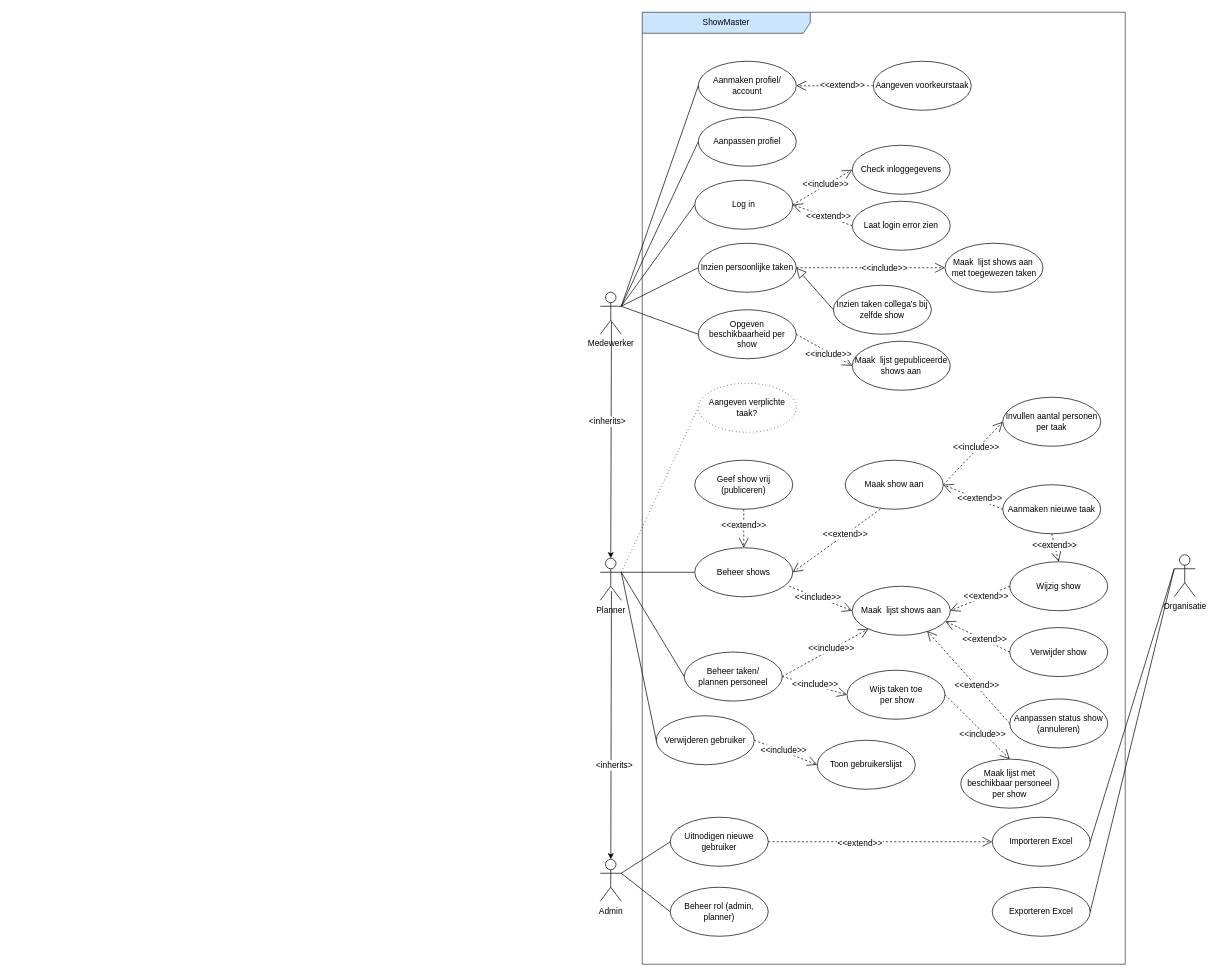
The draw.io diagram Use case diagram/ShowMaster.drawio in PDijkema/ShowMaster, before the edit. Source tidied: cells renumbered, new cells numbered last; positions are measured from the earlier drawing's top-left corner, leaving out a move shared by most shapes. Both pictures are drawn from the tidied source at 70%, with x=0, y=0 at pixel (12, 12).
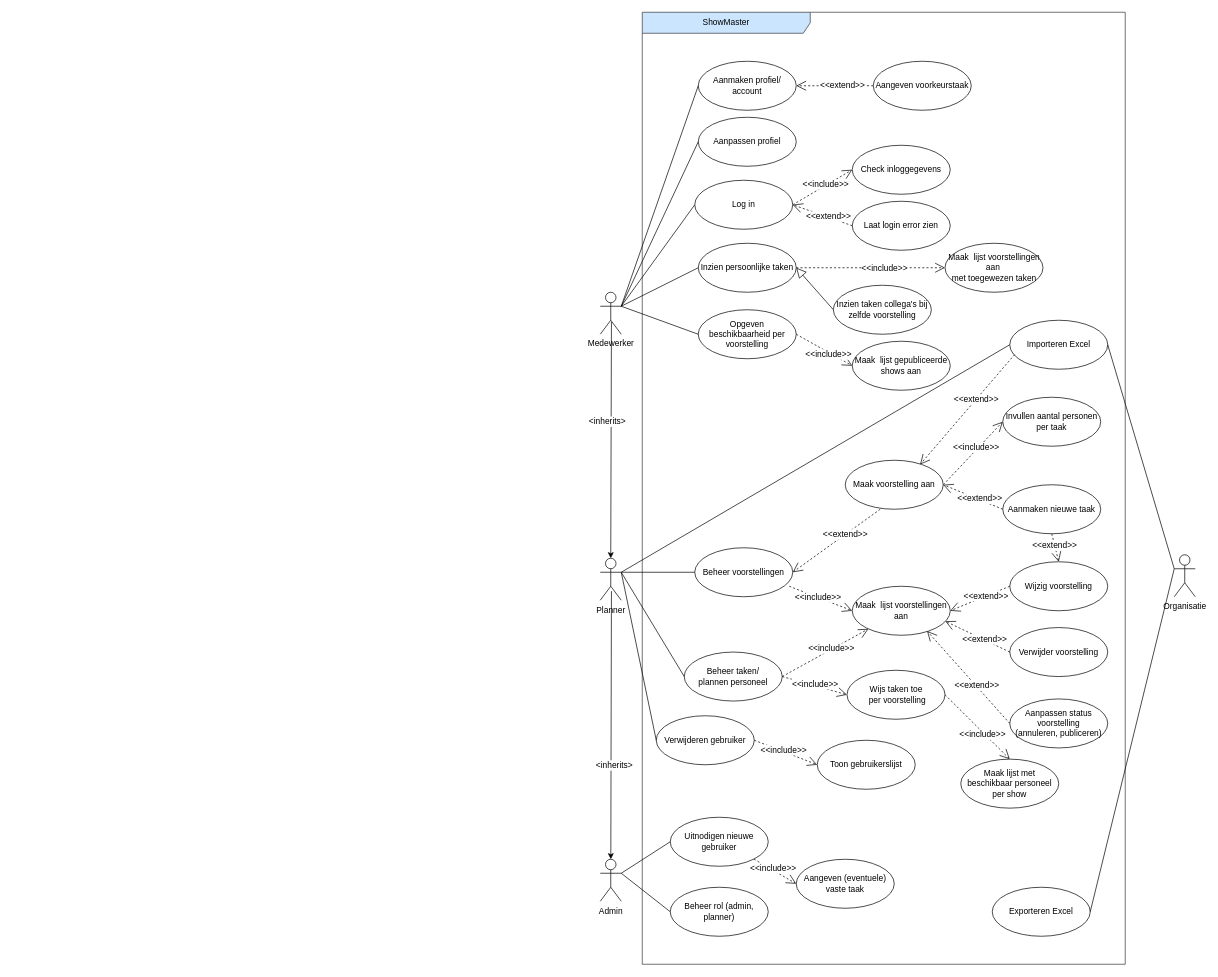
Above is the later version.

Commit message:
use case diagram aangepast

The change refers to these unchanged cells:
```xml
<mxCell id="4" value="Planner&lt;br&gt;" style="shape=umlActor;verticalLabelPosition=bottom;labelBackgroundColor=#ffffff;verticalAlign=top;html=1;shadow=0;comic=0;" parent="1" vertex="1">
  <mxGeometry x="840" y="780" width="30" height="60" as="geometry" />
</mxCell>
<mxCell id="45" value="Uitnodigen nieuwe gebruiker" style="ellipse;whiteSpace=wrap;html=1;shadow=0;comic=0;" parent="1" vertex="1">
  <mxGeometry x="940" y="1150" width="140" height="70" as="geometry" />
</mxCell>
```

Diff of the diagram source:
```diff
@@
-    <mxCell id="6" value="Opgeven beschikbaarheid per show" style="ellipse;whiteSpace=wrap;html=1;shadow=0;comic=0;" parent="1" vertex="1">
+    <mxCell id="6" value="Opgeven beschikbaarheid per voorstelling" style="ellipse;whiteSpace=wrap;html=1;shadow=0;comic=0;" parent="1" vertex="1">
       <mxGeometry x="980" y="425" width="140" height="70" as="geometry" />
     </mxCell>
@@
-    <mxCell id="22" value="Inzien taken collega's bij zelfde show" style="ellipse;whiteSpace=wrap;html=1;shadow=0;comic=0;" parent="1" vertex="1">
+    <mxCell id="22" value="Inzien taken collega's bij zelfde voorstelling" style="ellipse;whiteSpace=wrap;html=1;shadow=0;comic=0;" parent="1" vertex="1">
       <mxGeometry x="1173" y="390" width="140" height="70" as="geometry" />
     </mxCell>
@@
-    <mxCell id="30" value="Wijs taken toe&lt;br&gt;&amp;nbsp;per show" style="ellipse;whiteSpace=wrap;html=1;shadow=0;comic=0;" parent="1" vertex="1">
+    <mxCell id="30" value="Wijs taken toe&lt;br&gt;&amp;nbsp;per voorstelling" style="ellipse;whiteSpace=wrap;html=1;shadow=0;comic=0;" parent="1" vertex="1">
       <mxGeometry x="1192.5" y="940" width="140" height="70" as="geometry" />
     </mxCell>
@@
-    <mxCell id="33" value="Beheer shows" style="ellipse;whiteSpace=wrap;html=1;shadow=0;comic=0;" parent="1" vertex="1">
+    <mxCell id="33" value="Beheer voorstellingen" style="ellipse;whiteSpace=wrap;html=1;shadow=0;comic=0;" parent="1" vertex="1">
       <mxGeometry x="975" y="765" width="140" height="70" as="geometry" />
     </mxCell>
-    <mxCell id="34" value="Maak show aan" style="ellipse;whiteSpace=wrap;html=1;shadow=0;comic=0;" parent="1" vertex="1">
+    <mxCell id="34" value="Maak voorstelling aan" style="ellipse;whiteSpace=wrap;html=1;shadow=0;comic=0;" parent="1" vertex="1">
       <mxGeometry x="1190" y="640" width="140" height="70" as="geometry" />
     </mxCell>
-    <mxCell id="35" value="Wijzig show" style="ellipse;whiteSpace=wrap;html=1;shadow=0;comic=0;" parent="1" vertex="1">
+    <mxCell id="35" value="Wijzig voorstelling" style="ellipse;whiteSpace=wrap;html=1;shadow=0;comic=0;" parent="1" vertex="1">
       <mxGeometry x="1425" y="785" width="140" height="70" as="geometry" />
     </mxCell>
-    <mxCell id="36" value="Verwijder show" style="ellipse;whiteSpace=wrap;html=1;shadow=0;comic=0;" parent="1" vertex="1">
+    <mxCell id="36" value="Verwijder voorstelling" style="ellipse;whiteSpace=wrap;html=1;shadow=0;comic=0;" parent="1" vertex="1">
       <mxGeometry x="1425" y="879" width="140" height="70" as="geometry" />
     </mxCell>
-    <mxCell id="37" value="Aanpassen status show&lt;br&gt;(annuleren)" style="ellipse;whiteSpace=wrap;html=1;shadow=0;comic=0;" parent="1" vertex="1">
+    <mxCell id="37" value="Aanpassen status voorstelling&lt;br&gt;(annuleren, publiceren)" style="ellipse;whiteSpace=wrap;html=1;shadow=0;comic=0;" parent="1" vertex="1">
       <mxGeometry x="1425" y="981" width="140" height="70" as="geometry" />
     </mxCell>
@@
-    <mxCell id="41" value="Geef show vrij (publiceren)" style="ellipse;whiteSpace=wrap;html=1;shadow=0;comic=0;" parent="1" vertex="1">
-      <mxGeometry x="975" y="640" width="140" height="70" as="geometry" />
-    </mxCell>
@@
-    <mxCell id="60" value="Maak&amp;nbsp; lijst shows aan" style="ellipse;whiteSpace=wrap;html=1;shadow=0;comic=0;" parent="1" vertex="1">
+    <mxCell id="60" value="Maak&amp;nbsp; lijst voorstellingen aan" style="ellipse;whiteSpace=wrap;html=1;shadow=0;comic=0;" parent="1" vertex="1">
       <mxGeometry x="1200" y="820" width="140" height="70" as="geometry" />
     </mxCell>
@@
     <mxCell id="62" value="Importeren Excel" style="ellipse;whiteSpace=wrap;html=1;shadow=0;comic=0;" parent="1" vertex="1">
-      <mxGeometry x="1400" y="1150" width="140" height="70" as="geometry" />
+      <mxGeometry x="1425" y="440" width="140" height="70" as="geometry" />
     </mxCell>
@@
-    <mxCell id="64" value="Aangeven verplichte taak?" style="ellipse;whiteSpace=wrap;html=1;shadow=0;comic=0;dashed=1;dashPattern=1 4;" parent="1" vertex="1">
-      <mxGeometry x="980" y="530" width="140" height="70" as="geometry" />
+    <mxCell id="64" value="Aangeven (eventuele) vaste taak" style="ellipse;whiteSpace=wrap;html=1;shadow=0;comic=0;" parent="1" vertex="1">
+      <mxGeometry x="1120" y="1210" width="140" height="70" as="geometry" />
     </mxCell>
@@
-    <mxCell id="80" style="endArrow=none;html=1;entryX=0;entryY=0.5;entryDx=0;entryDy=0;exitX=1;exitY=0.3333333333333333;exitDx=0;exitDy=0;exitPerimeter=0;dashed=1;dashPattern=1 4;" parent="1" edge="1" source="4" target="64">
-      <mxGeometry relative="1" as="geometry" />
-    </mxCell>
-    <mxCell id="81" style="html=1;align=left;verticalAlign=bottom;labelBackgroundColor=#ffffff;fontSize=10;" parent="80" vertex="1">
-      <mxGeometry x="-1" relative="1" as="geometry" />
-    </mxCell>
-    <mxCell id="82" style="html=1;align=right;verticalAlign=bottom;labelBackgroundColor=#ffffff;fontSize=10;" parent="80" vertex="1">
-      <mxGeometry x="1" relative="1" as="geometry" />
-    </mxCell>
@@
-    <mxCell id="85" style="endArrow=open;dashed=1;endFill=0;endSize=12;html=1;exitX=0.5;exitY=1;exitDx=0;exitDy=0;entryX=0.5;entryY=0;entryDx=0;entryDy=0;" parent="1" edge="1" source="41" target="33">
-      <mxGeometry relative="1" as="geometry" />
-    </mxCell>
-    <mxCell id="86" value="&amp;lt;&amp;lt;extend&amp;gt;&amp;gt;" style="text;html=1;align=center;verticalAlign=middle;labelBackgroundColor=#ffffff;" parent="85" vertex="1">
-      <mxGeometry x="-0.19" y="-1" relative="1" as="geometry" />
-    </mxCell>
@@
-    <mxCell id="109" style="endArrow=open;dashed=1;endFill=0;endSize=12;html=1;exitX=1;exitY=0.5;exitDx=0;exitDy=0;entryX=0;entryY=0.5;entryDx=0;entryDy=0;" parent="1" edge="1" source="45" target="62">
-      <mxGeometry relative="1" as="geometry" />
-    </mxCell>
-    <mxCell id="110" value="&amp;lt;&amp;lt;extend&amp;gt;&amp;gt;" style="text;html=1;align=center;verticalAlign=middle;labelBackgroundColor=#ffffff;" parent="109" vertex="1">
-      <mxGeometry x="-0.19" y="-1" relative="1" as="geometry" />
-    </mxCell>
@@
-    <mxCell id="114" value="Maak&amp;nbsp; lijst shows aan&amp;nbsp;&lt;br&gt;met toegewezen taken" style="ellipse;whiteSpace=wrap;html=1;shadow=0;comic=0;" parent="1" vertex="1">
+    <mxCell id="114" value="Maak&amp;nbsp; lijst voorstellingen aan&amp;nbsp;&lt;br&gt;met toegewezen taken" style="ellipse;whiteSpace=wrap;html=1;shadow=0;comic=0;" parent="1" vertex="1">
       <mxGeometry x="1332.5" y="330" width="140" height="70" as="geometry" />
     </mxCell>
@@
+    <mxCell id="119" style="endArrow=open;dashed=1;endFill=0;endSize=12;html=1;exitX=1;exitY=1;exitDx=0;exitDy=0;entryX=0;entryY=0.5;entryDx=0;entryDy=0;" parent="1" edge="1" source="45">
+      <mxGeometry relative="1" as="geometry">
+        <mxPoint x="1120" y="1245" as="targetPoint" />
+      </mxGeometry>
+    </mxCell>
+    <mxCell id="120" value="&amp;lt;&amp;lt;include&amp;gt;&amp;gt;" style="text;html=1;align=center;verticalAlign=middle;labelBackgroundColor=#ffffff;" parent="1" vertex="1">
+      <mxGeometry x="1090" y="1220" as="geometry">
+        <mxPoint x="-4" y="2.5" as="offset" />
+      </mxGeometry>
+    </mxCell>
+    <mxCell id="121" style="endArrow=none;html=1;entryX=0;entryY=0.5;entryDx=0;entryDy=0;exitX=1;exitY=0.3333333333333333;exitDx=0;exitDy=0;exitPerimeter=0;" parent="1" edge="1" source="4" target="62">
+      <mxGeometry relative="1" as="geometry" />
+    </mxCell>
+    <mxCell id="122" style="html=1;align=left;verticalAlign=bottom;labelBackgroundColor=#ffffff;fontSize=10;" parent="121" vertex="1">
+      <mxGeometry x="-1" relative="1" as="geometry" />
+    </mxCell>
+    <mxCell id="123" style="html=1;align=right;verticalAlign=bottom;labelBackgroundColor=#ffffff;fontSize=10;" parent="121" vertex="1">
+      <mxGeometry x="1" relative="1" as="geometry" />
+    </mxCell>
+    <mxCell id="124" style="endArrow=open;dashed=1;endFill=0;endSize=12;html=1;exitX=0.05;exitY=0.7;exitDx=0;exitDy=0;entryX=0.764;entryY=0.086;entryDx=0;entryDy=0;entryPerimeter=0;exitPerimeter=0;" parent="1" edge="1" source="62" target="34">
+      <mxGeometry relative="1" as="geometry" />
+    </mxCell>
+    <mxCell id="125" value="&amp;lt;&amp;lt;extend&amp;gt;&amp;gt;" style="text;html=1;align=center;verticalAlign=middle;labelBackgroundColor=#ffffff;" parent="124" vertex="1">
+      <mxGeometry x="-0.19" y="-1" relative="1" as="geometry" />
+    </mxCell>
```
